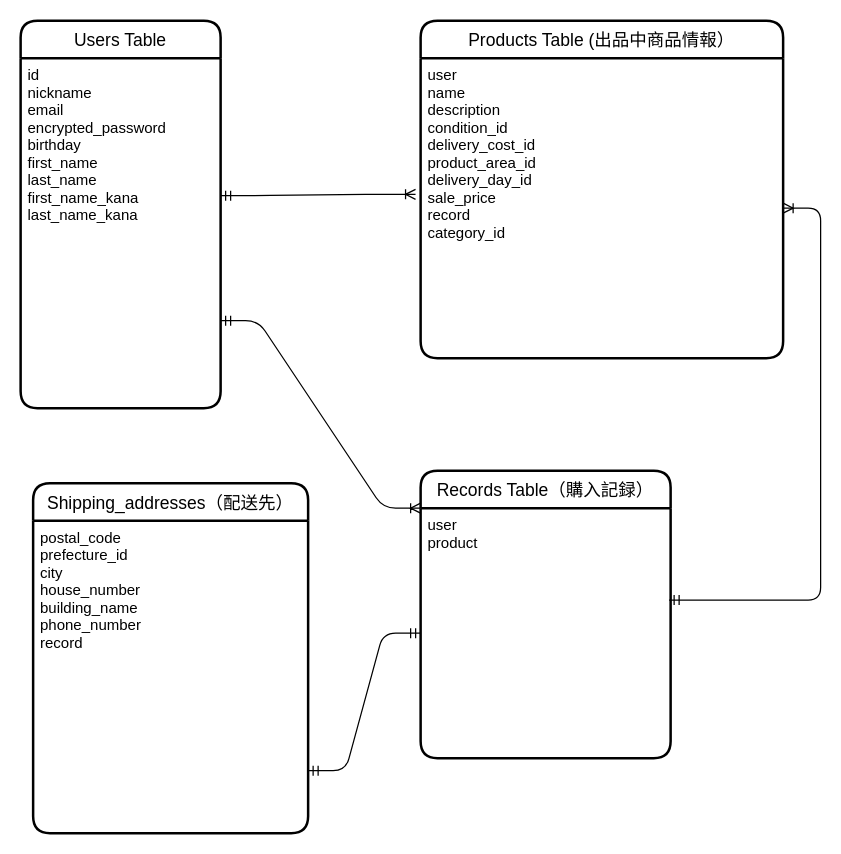
tokudayusuke/furima-34330 keeps this draw.io diagram as ER.dio. Above is the earlier version. Source tidied: cells renumbered, new cells numbered last; positions are measured from the earlier drawing's top-left corner, leaving out a move shared by most shapes. Both pictures are drawn from the tidied source at 125%, with x=0, y=0 at pixel (20, 20).
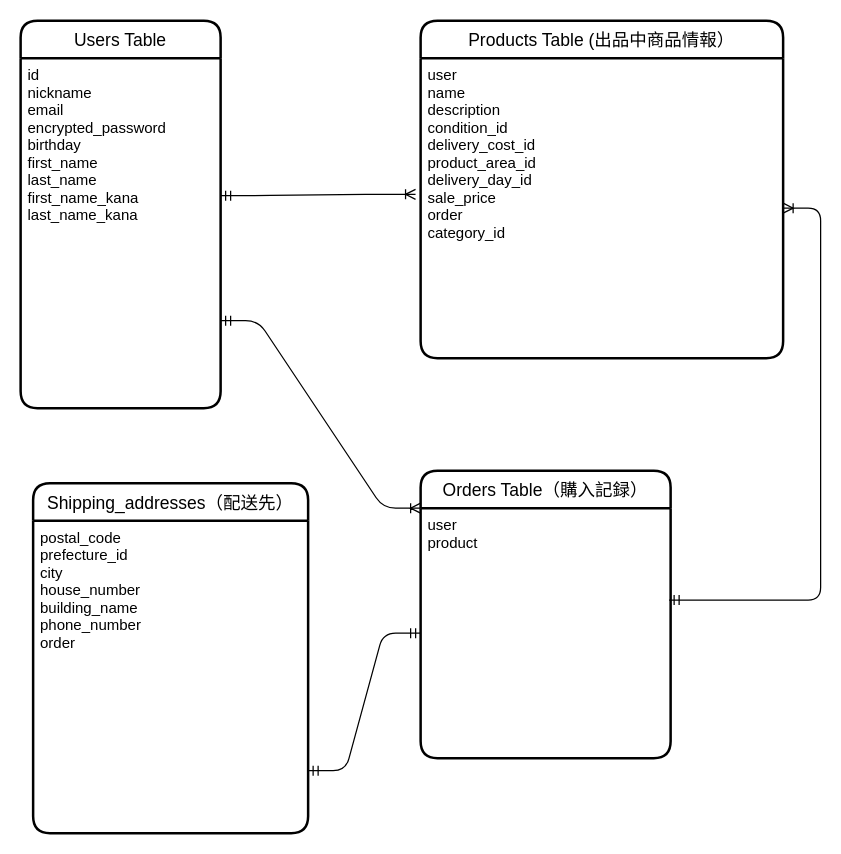
After the change.

Diff of the diagram source:
```diff
@@
 <mxGraphModel>
   <root>
     <mxCell id="0" />
     <mxCell id="1" parent="0" />
     <mxCell id="2" value="Users Table" style="swimlane;horizontal=1;startSize=30;rounded=1;fontSize=14;fontStyle=0;strokeWidth=2;shadow=0;dashed=0;align=center;" parent="1" vertex="1">
       <mxGeometry width="160" height="310" as="geometry" />
     </mxCell>
     <mxCell id="3" value="id&#10;nickname&#10;email&#10;encrypted_password&#10;birthday&#10;first_name&#10;last_name&#10;first_name_kana&#10;last_name_kana" style="align=left;strokeColor=none;fillColor=none;spacingLeft=4;fontSize=12;verticalAlign=top;" parent="2" vertex="1">
       <mxGeometry y="30" width="160" height="280" as="geometry" />
     </mxCell>
     <mxCell id="4" value="Products Table (出品中商品情報）" style="swimlane;horizontal=1;startSize=30;rounded=1;fontSize=14;fontStyle=0;strokeWidth=2;shadow=0;dashed=0;align=center;" parent="1" vertex="1">
       <mxGeometry x="320" width="290" height="270" as="geometry" />
     </mxCell>
-    <mxCell id="5" value="user&#10;name&#10;description&#10;condition_id&#10;delivery_cost_id&#10;product_area_id&#10;delivery_day_id&#10;sale_price&#10;record&#10;category_id" style="align=left;strokeColor=none;fillColor=none;spacingLeft=4;fontSize=12;verticalAlign=top;" parent="4" vertex="1">
+    <mxCell id="5" value="user&#10;name&#10;description&#10;condition_id&#10;delivery_cost_id&#10;product_area_id&#10;delivery_day_id&#10;sale_price&#10;order&#10;category_id" style="align=left;strokeColor=none;fillColor=none;spacingLeft=4;fontSize=12;verticalAlign=top;" parent="4" vertex="1">
       <mxGeometry y="30" width="290" height="240" as="geometry" />
     </mxCell>
     <mxCell id="6" style="edgeStyle=entityRelationEdgeStyle;fontSize=12;html=1;endArrow=ERoneToMany;startArrow=ERmandOne;exitX=0.994;exitY=0.45;exitDx=0;exitDy=0;exitPerimeter=0;" parent="1" edge="1" source="10" target="5">
       <mxGeometry relative="1" as="geometry" />
     </mxCell>
     <mxCell id="7" value="Shipping_addresses（配送先）" style="swimlane;horizontal=1;startSize=30;rounded=1;fontSize=14;fontStyle=0;strokeWidth=2;shadow=0;dashed=0;align=center;" parent="1" vertex="1">
       <mxGeometry x="10" y="370" width="220" height="280" as="geometry" />
     </mxCell>
-    <mxCell id="8" value="postal_code&#10;prefecture_id&#10;city&#10;house_number&#10;building_name&#10;phone_number&#10;record" style="align=left;strokeColor=none;fillColor=none;spacingLeft=4;fontSize=12;verticalAlign=top;" parent="7" vertex="1">
+    <mxCell id="8" value="postal_code&#10;prefecture_id&#10;city&#10;house_number&#10;building_name&#10;phone_number&#10;order" style="align=left;strokeColor=none;fillColor=none;spacingLeft=4;fontSize=12;verticalAlign=top;" parent="7" vertex="1">
       <mxGeometry y="30" width="220" height="250" as="geometry" />
     </mxCell>
     <mxCell id="9" style="edgeStyle=entityRelationEdgeStyle;fontSize=12;html=1;endArrow=ERmandOne;startArrow=ERmandOne;rounded=1;entryX=1;entryY=0.8;entryDx=0;entryDy=0;entryPerimeter=0;" parent="1" edge="1" source="11" target="8">
       <mxGeometry relative="1" as="geometry" />
     </mxCell>
-    <mxCell id="10" value="Records Table（購入記録）" style="swimlane;horizontal=1;startSize=30;rounded=1;fontSize=14;fontStyle=0;strokeWidth=2;shadow=0;dashed=0;align=center;" parent="1" vertex="1">
+    <mxCell id="10" value="Orders Table（購入記録）" style="swimlane;horizontal=1;startSize=30;rounded=1;fontSize=14;fontStyle=0;strokeWidth=2;shadow=0;dashed=0;align=center;" parent="1" vertex="1">
       <mxGeometry x="320" y="360" width="200" height="230" as="geometry" />
     </mxCell>
     <mxCell id="11" value="user&#10;product" style="align=left;strokeColor=none;fillColor=none;spacingLeft=4;fontSize=12;verticalAlign=top;" parent="10" vertex="1">
       <mxGeometry y="30" width="200" height="200" as="geometry" />
     </mxCell>
     <mxCell id="12" style="edgeStyle=entityRelationEdgeStyle;fontSize=12;html=1;endArrow=ERoneToMany;startArrow=ERmandOne;exitX=1;exitY=0.75;exitDx=0;exitDy=0;entryX=0;entryY=0;entryDx=0;entryDy=0;" parent="1" edge="1" source="3" target="11">
       <mxGeometry relative="1" as="geometry" />
     </mxCell>
     <mxCell id="13" style="edgeStyle=entityRelationEdgeStyle;fontSize=12;html=1;endArrow=ERoneToMany;startArrow=ERmandOne;entryX=-0.014;entryY=0.454;entryDx=0;entryDy=0;entryPerimeter=0;" parent="1" edge="1" target="5">
       <mxGeometry relative="1" as="geometry">
         <mxPoint x="160" y="140" as="sourcePoint" />
       </mxGeometry>
     </mxCell>
   </root>
 </mxGraphModel>
```
